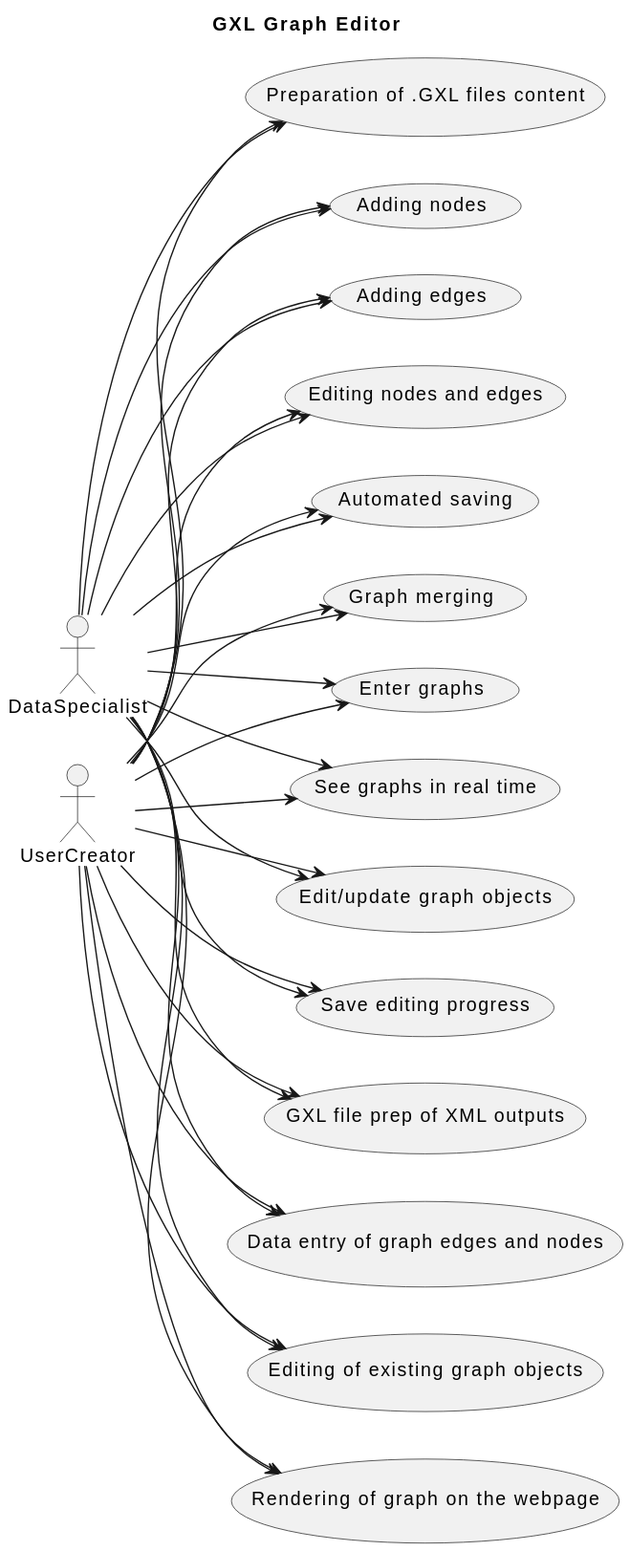
Above: Examples/01_GraphML-Editor/01_SOW/04_Usecase.svg in ActuallyFro/Break-FAST (PlantUML), before the change. The source it was exported from:
```plantuml
@startuml
title GXL Graph Editor
left to right direction
actor DataSpecialist as DS
actor UserCreator as UC

usecase EnterGraphs as "Enter graphs"
usecase SeeGraphs as "See graphs in real time"
usecase EditGraphObjects as "Edit/update graph objects"
usecase SaveProgress as "Save editing progress"
usecase PrepareGXL as "GXL file prep of XML outputs"

usecase DataEntry as "Data entry of graph edges and nodes"
usecase EditGraphObjects2 as "Editing of existing graph objects"
usecase RenderGraph as "Rendering of graph on the webpage"
usecase PrepareGXLContent as "Preparation of .GXL files content"

usecase AddNodes as "Adding nodes"
usecase AddEdges as "Adding edges"
usecase EditNodesAndEdges as "Editing nodes and edges"

usecase AutomatedSaving as "Automated saving"
usecase GraphMerging as "Graph merging"

DS --> EnterGraphs
DS --> SeeGraphs
DS --> EditGraphObjects
DS --> SaveProgress
DS --> PrepareGXL
DS --> DataEntry
DS --> EditGraphObjects2
DS --> RenderGraph
DS --> PrepareGXLContent
DS --> AddNodes
DS --> AddEdges
DS --> EditNodesAndEdges
DS --> AutomatedSaving
DS --> GraphMerging

UC --> EnterGraphs
UC --> SeeGraphs
UC --> EditGraphObjects
UC --> SaveProgress
UC --> PrepareGXL
UC --> DataEntry
UC --> EditGraphObjects2
UC --> RenderGraph
UC --> PrepareGXLContent
UC --> AddNodes
UC --> AddEdges
UC --> EditNodesAndEdges
UC --> AutomatedSaving
UC --> GraphMerging
@enduml
```
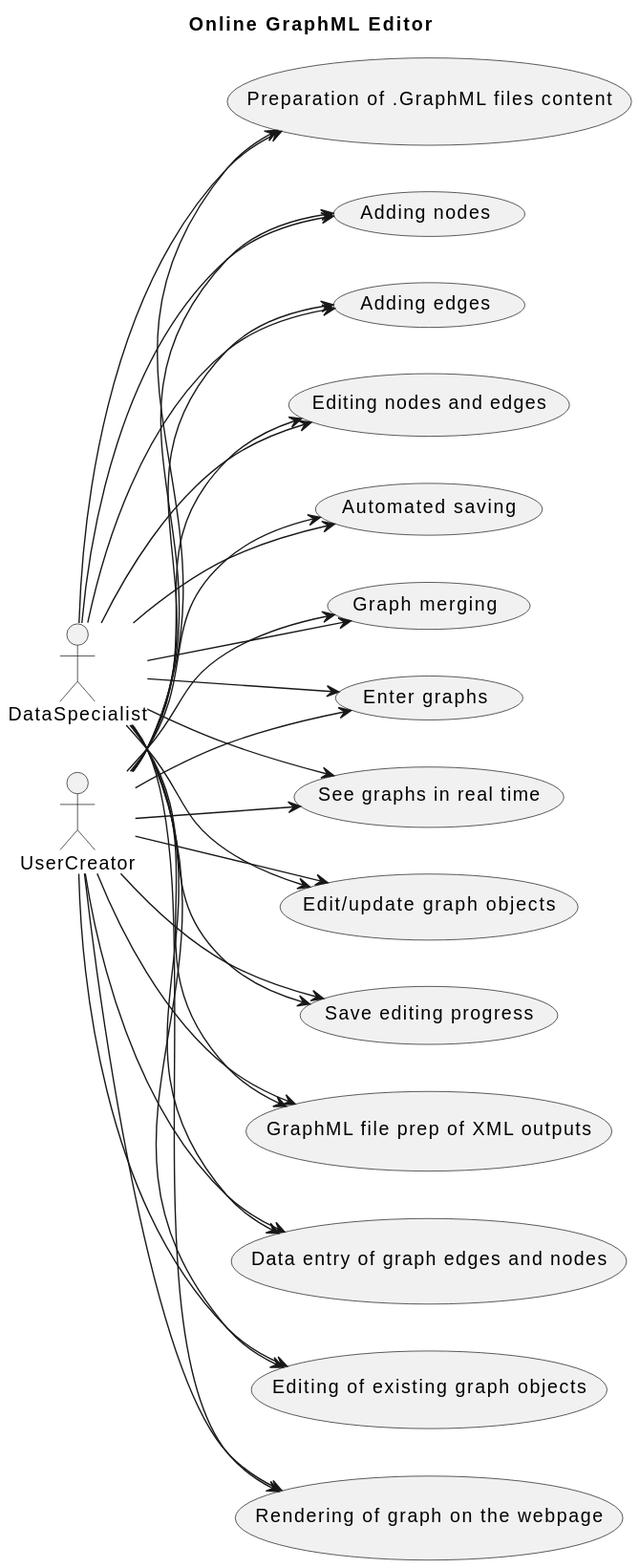
After the commit.

Change to the diagram source:
```diff
@@ -1,6 +1,7 @@
 @startuml
-title GXL Graph Editor
+title Online GraphML Editor
 left to right direction
+
 actor DataSpecialist as DS
 actor UserCreator as UC
 
@@ -8,12 +9,12 @@
 usecase SeeGraphs as "See graphs in real time"
 usecase EditGraphObjects as "Edit/update graph objects"
 usecase SaveProgress as "Save editing progress"
-usecase PrepareGXL as "GXL file prep of XML outputs"
+usecase PrepareGraphML as "GraphML file prep of XML outputs"
 
 usecase DataEntry as "Data entry of graph edges and nodes"
 usecase EditGraphObjects2 as "Editing of existing graph objects"
 usecase RenderGraph as "Rendering of graph on the webpage"
-usecase PrepareGXLContent as "Preparation of .GXL files content"
+usecase PrepareGraphMLContent as "Preparation of .GraphML files content"
 
 usecase AddNodes as "Adding nodes"
 usecase AddEdges as "Adding edges"
@@ -26,11 +27,11 @@
 DS --> SeeGraphs
 DS --> EditGraphObjects
 DS --> SaveProgress
-DS --> PrepareGXL
+DS --> PrepareGraphML
 DS --> DataEntry
 DS --> EditGraphObjects2
 DS --> RenderGraph
-DS --> PrepareGXLContent
+DS --> PrepareGraphMLContent
 DS --> AddNodes
 DS --> AddEdges
 DS --> EditNodesAndEdges
@@ -41,11 +42,11 @@
 UC --> SeeGraphs
 UC --> EditGraphObjects
 UC --> SaveProgress
-UC --> PrepareGXL
+UC --> PrepareGraphML
 UC --> DataEntry
 UC --> EditGraphObjects2
 UC --> RenderGraph
-UC --> PrepareGXLContent
+UC --> PrepareGraphMLContent
 UC --> AddNodes
 UC --> AddEdges
 UC --> EditNodesAndEdges
```
